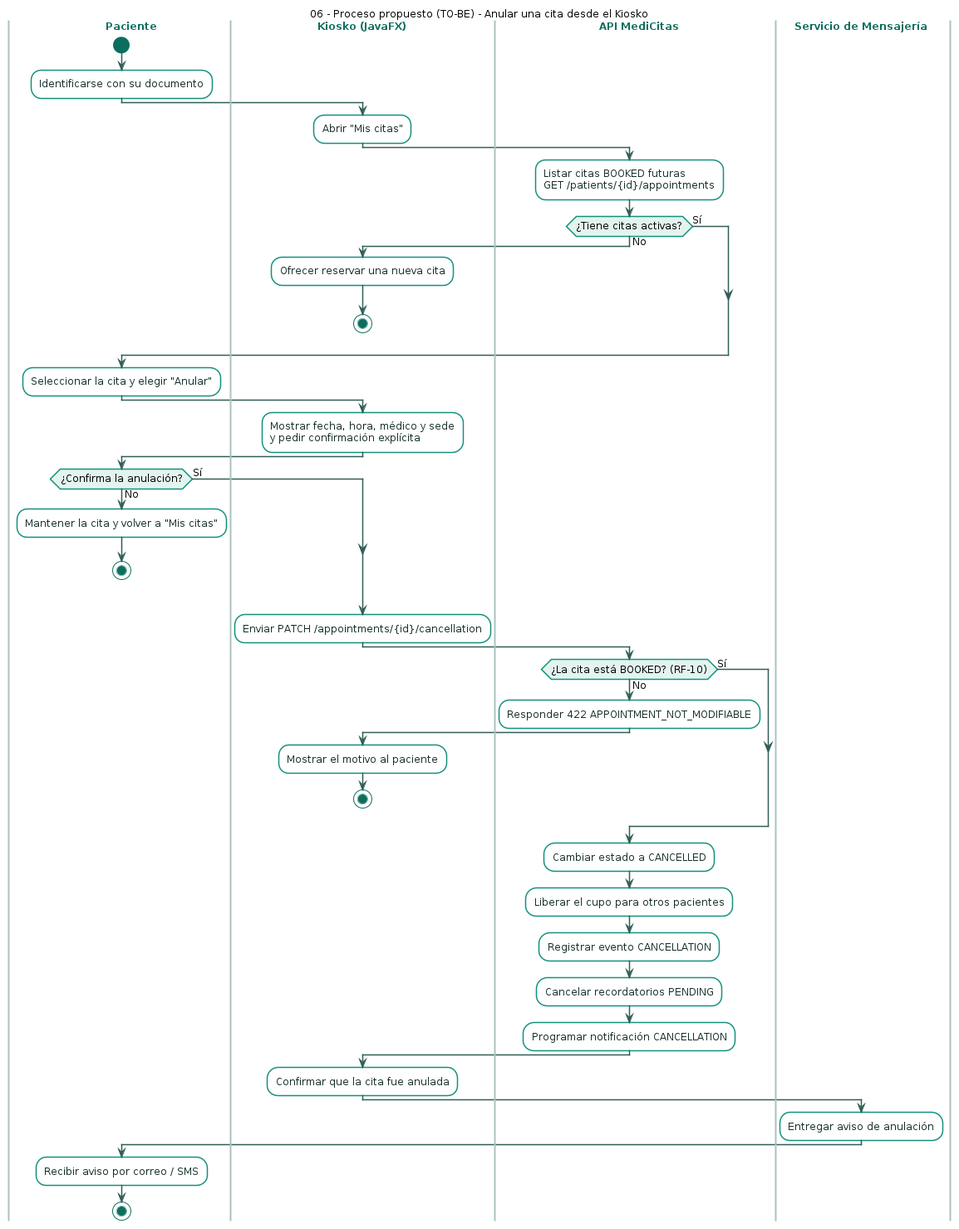
Jimena-CC/ProyectoCitasMedicas keeps this PlantUML diagram as docs/diagrams/img/06-process-cancellation.png. Above is the earlier version. Its source is kept beside it as docs/diagrams/06-process-cancellation.puml. Its diagram source:
```plantuml
@startuml
title 06 - Proceso propuesto (TO-BE) - Anular una cita desde el Kiosko

skinparam shadowing false
skinparam roundCorner 10
skinparam defaultFontName "Helvetica"
skinparam defaultFontSize 12
skinparam ArrowColor #2F5D56
skinparam SwimlaneBorderColor #A9C4BD
skinparam SwimlaneTitleFontColor #0C6E5F
skinparam SwimlaneTitleFontStyle bold
skinparam activity {
  BackgroundColor #FFFFFF
  BorderColor #13917D
  FontColor #17302B
  DiamondBackgroundColor #E3F4EF
  DiamondBorderColor #13917D
  StartColor #0C6E5F
  EndColor #0C6E5F
}
skinparam note {
  BackgroundColor #FFF8E6
  BorderColor #D9B45A
  FontColor #3D3321
}

|Paciente|
|Kiosko (JavaFX)|
|API MediCitas|
|Servicio de Mensajería|

|Paciente|
start
:Identificarse con su documento;

|Kiosko (JavaFX)|
:Abrir "Mis citas";

|API MediCitas|
:Listar citas BOOKED futuras
GET /patients/{id}/appointments;

if (¿Tiene citas activas?) then (No)
  |Kiosko (JavaFX)|
  :Ofrecer reservar una nueva cita;
  stop
else (Sí)
endif

|Paciente|
:Seleccionar la cita y elegir "Anular";

|Kiosko (JavaFX)|
:Mostrar fecha, hora, médico y sede
y pedir confirmación explícita;

|Paciente|
if (¿Confirma la anulación?) then (No)
  :Mantener la cita y volver a "Mis citas";
  stop
else (Sí)
endif

|Kiosko (JavaFX)|
:Enviar PATCH /appointments/{id}/cancellation;

|API MediCitas|
if (¿La cita está BOOKED? (RF-10)) then (No)
  :Responder 422 APPOINTMENT_NOT_MODIFIABLE;
  |Kiosko (JavaFX)|
  :Mostrar el motivo al paciente;
  stop
else (Sí)
endif

|API MediCitas|
:Cambiar estado a CANCELLED;
:Liberar el cupo para otros pacientes;
:Registrar evento CANCELLATION;
:Cancelar recordatorios PENDING;
:Programar notificación CANCELLATION;

|Kiosko (JavaFX)|
:Confirmar que la cita fue anulada;

|Servicio de Mensajería|
:Entregar aviso de anulación;

|Paciente|
:Recibir aviso por correo / SMS;
stop

@enduml
```
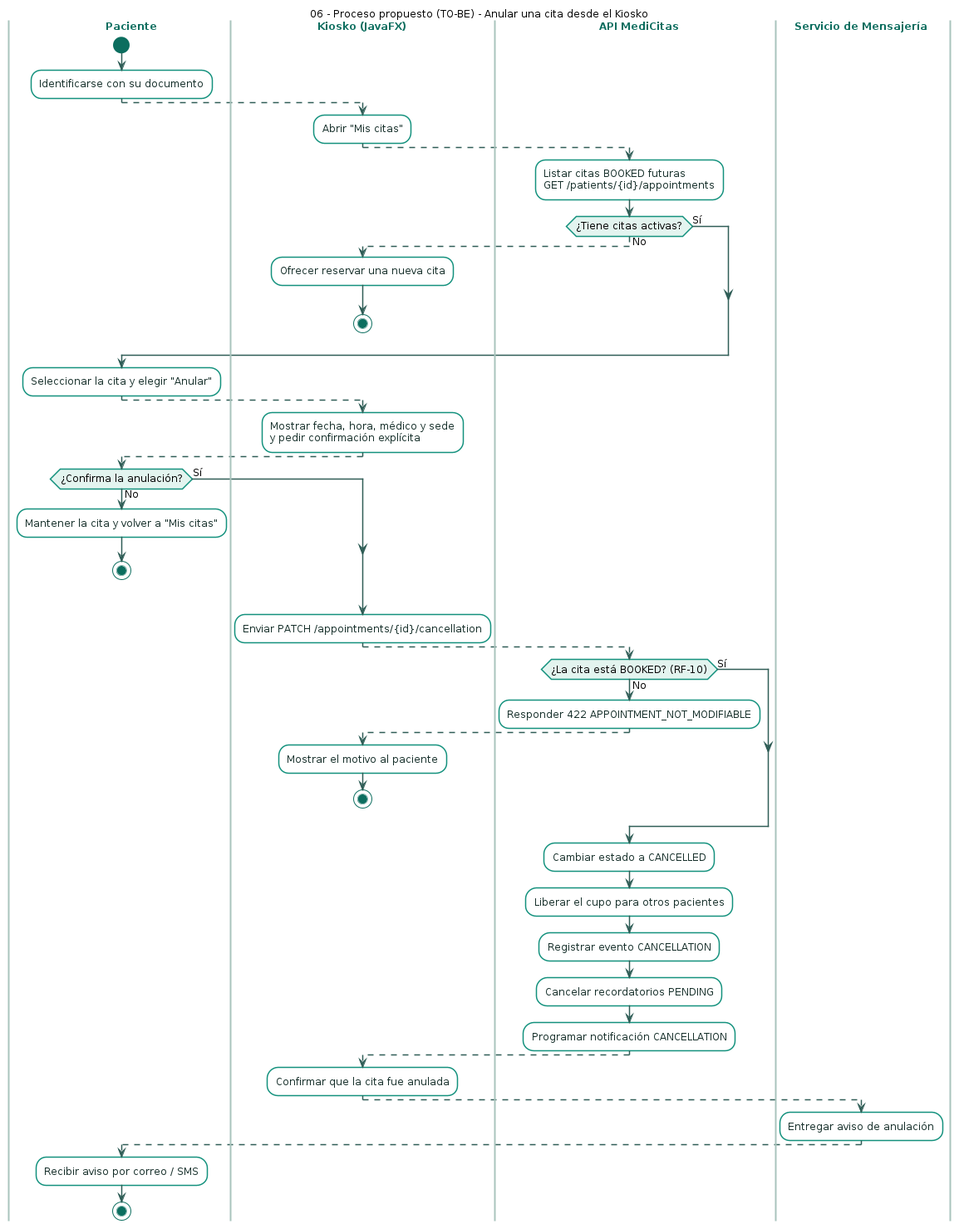
After the change.

The edit, as a diff of the source:
```diff
@@ -32,27 +32,32 @@
 |Paciente|
 start
 :Identificarse con su documento;
+-[#2F5D56,dashed]->
 
 |Kiosko (JavaFX)|
 :Abrir "Mis citas";
+-[#2F5D56,dashed]->
 
 |API MediCitas|
 :Listar citas BOOKED futuras
 GET /patients/{id}/appointments;
 
 if (¿Tiene citas activas?) then (No)
+  -[#2F5D56,dashed]->
   |Kiosko (JavaFX)|
   :Ofrecer reservar una nueva cita;
   stop
 else (Sí)
 endif
+-[#2F5D56,dashed]->
 
 |Paciente|
 :Seleccionar la cita y elegir "Anular";
+-[#2F5D56,dashed]->
 
 |Kiosko (JavaFX)|
-:Mostrar fecha, hora, médico y sede
-y pedir confirmación explícita;
+:Mostrar fecha, hora, médico y sede\ny pedir confirmación explícita;
+-[#2F5D56,dashed]->
 
 |Paciente|
 if (¿Confirma la anulación?) then (No)
@@ -60,13 +65,16 @@
   stop
 else (Sí)
 endif
+-[#2F5D56,dashed]->
 
 |Kiosko (JavaFX)|
 :Enviar PATCH /appointments/{id}/cancellation;
+-[#2F5D56,dashed]->
 
 |API MediCitas|
 if (¿La cita está BOOKED? (RF-10)) then (No)
   :Responder 422 APPOINTMENT_NOT_MODIFIABLE;
+  -[#2F5D56,dashed]->
   |Kiosko (JavaFX)|
   :Mostrar el motivo al paciente;
   stop
@@ -79,12 +87,15 @@
 :Registrar evento CANCELLATION;
 :Cancelar recordatorios PENDING;
 :Programar notificación CANCELLATION;
+-[#2F5D56,dashed]->
 
 |Kiosko (JavaFX)|
 :Confirmar que la cita fue anulada;
+-[#2F5D56,dashed]->
 
 |Servicio de Mensajería|
 :Entregar aviso de anulación;
+-[#2F5D56,dashed]->
 
 |Paciente|
 :Recibir aviso por correo / SMS;
```
